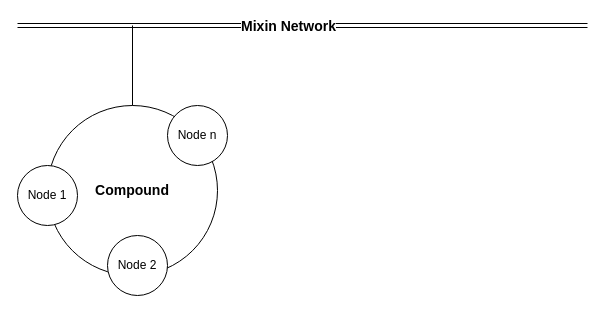
Earlier version of the draw.io diagram docs/images/architecture.drawio (fox-one/compound). Source tidied: cells renumbered, new cells numbered last; positions are measured from the earlier drawing's top-left corner, leaving out a move shared by most shapes. Both pictures are drawn from the tidied source at 100%, with x=0, y=0 at pixel (17, 25).
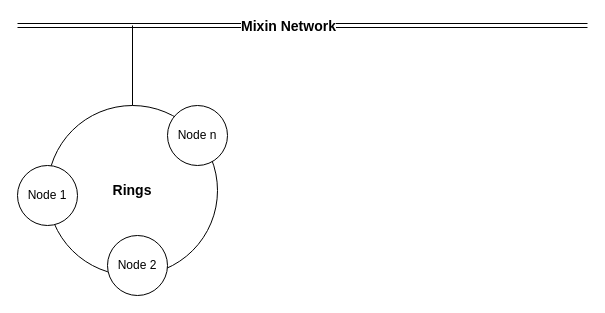
The same page after the edit.

Diff of the diagram source:
```diff
@@
 <mxGraphModel>
   <root>
     <mxCell id="0" />
     <mxCell id="1" parent="0" />
     <mxCell id="2" style="shape=link;html=1;" parent="1" edge="1">
       <mxGeometry relative="1" as="geometry">
         <mxPoint as="sourcePoint" />
         <mxPoint x="570" as="targetPoint" />
       </mxGeometry>
     </mxCell>
     <mxCell id="3" value="&lt;b&gt;&lt;font style=&quot;font-size: 14px&quot;&gt;Mixin Network&lt;/font&gt;&lt;/b&gt;" style="edgeLabel;html=1;align=center;verticalAlign=middle;" parent="2" vertex="1">
       <mxGeometry x="0.36" relative="1" as="geometry">
         <mxPoint x="-118" as="offset" />
       </mxGeometry>
     </mxCell>
-    <mxCell id="4" value="&lt;b&gt;&lt;font style=&quot;font-size: 14px&quot;&gt;Compound&lt;/font&gt;&lt;/b&gt;" style="ellipse;whiteSpace=wrap;html=1;" parent="1" vertex="1">
+    <mxCell id="4" value="&lt;b&gt;&lt;font style=&quot;font-size: 14px&quot;&gt;Rings&lt;/font&gt;&lt;/b&gt;" style="ellipse;whiteSpace=wrap;html=1;" parent="1" vertex="1">
       <mxGeometry x="30" y="80" width="170" height="170" as="geometry" />
     </mxCell>
     <mxCell id="5" value="Node 1" style="ellipse;whiteSpace=wrap;html=1;" parent="1" vertex="1">
       <mxGeometry y="140" width="60" height="60" as="geometry" />
     </mxCell>
     <mxCell id="6" value="Node 2" style="ellipse;whiteSpace=wrap;html=1;" parent="1" vertex="1">
       <mxGeometry x="90" y="210" width="60" height="60" as="geometry" />
     </mxCell>
     <mxCell id="7" value="Node n" style="ellipse;whiteSpace=wrap;html=1;" parent="1" vertex="1">
       <mxGeometry x="150" y="80" width="60" height="60" as="geometry" />
     </mxCell>
     <mxCell id="8" style="endArrow=none;html=1;exitX=0.5;exitY=0;exitDx=0;exitDy=0;" parent="1" edge="1" source="4">
       <mxGeometry relative="1" as="geometry">
         <mxPoint x="115" as="targetPoint" />
       </mxGeometry>
     </mxCell>
   </root>
 </mxGraphModel>
```
